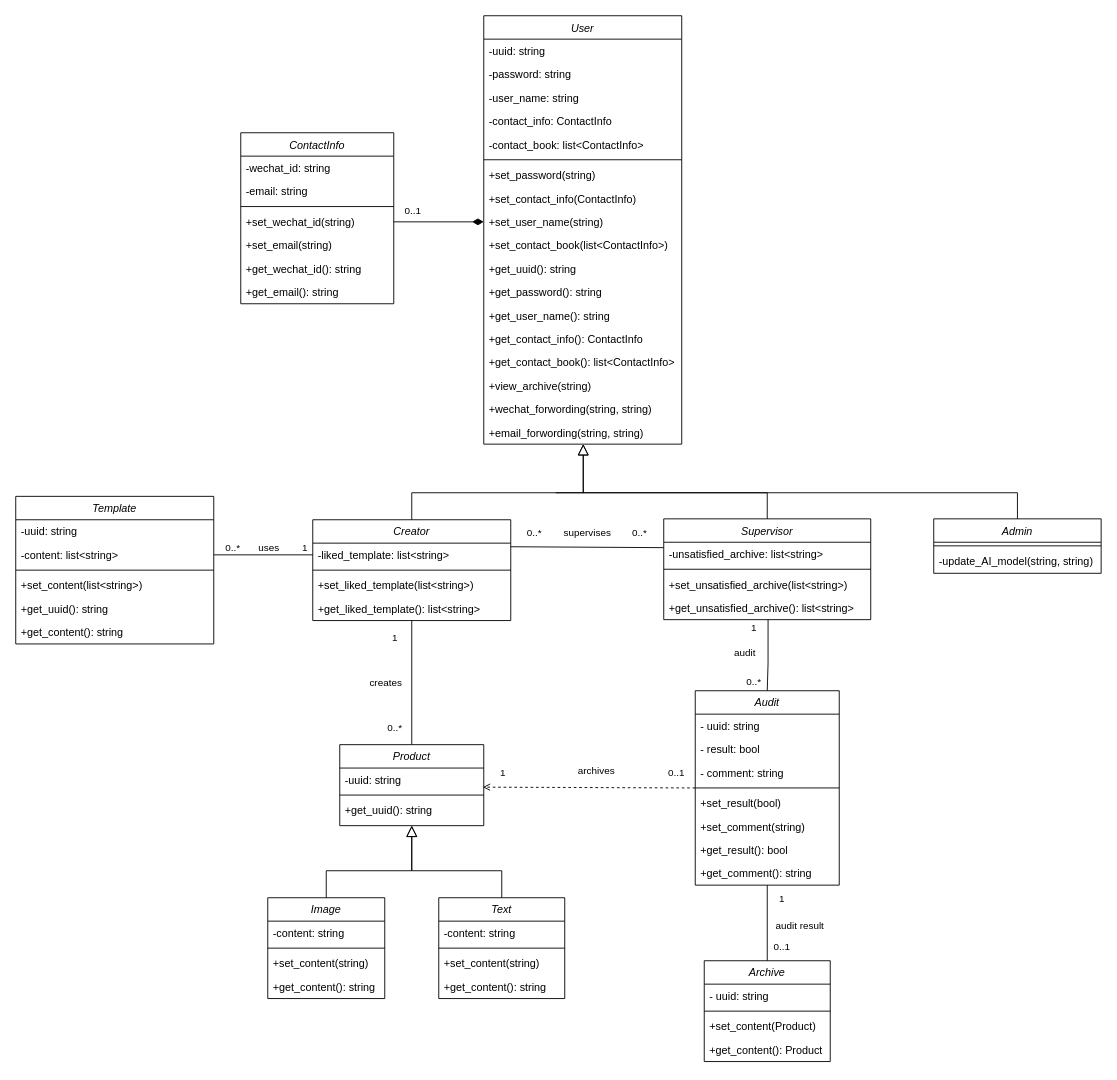
Before: Documentation/Class diagram/class diagram 20231004.drawio in Darrenchenn/Model-based-software-design, a draw.io diagram. Source tidied: cells renumbered, new cells numbered last; positions are measured from the earlier drawing's top-left corner, leaving out a move shared by most shapes. Both pictures are drawn from the tidied source at 90%, with x=0, y=0 at pixel (15, 15).
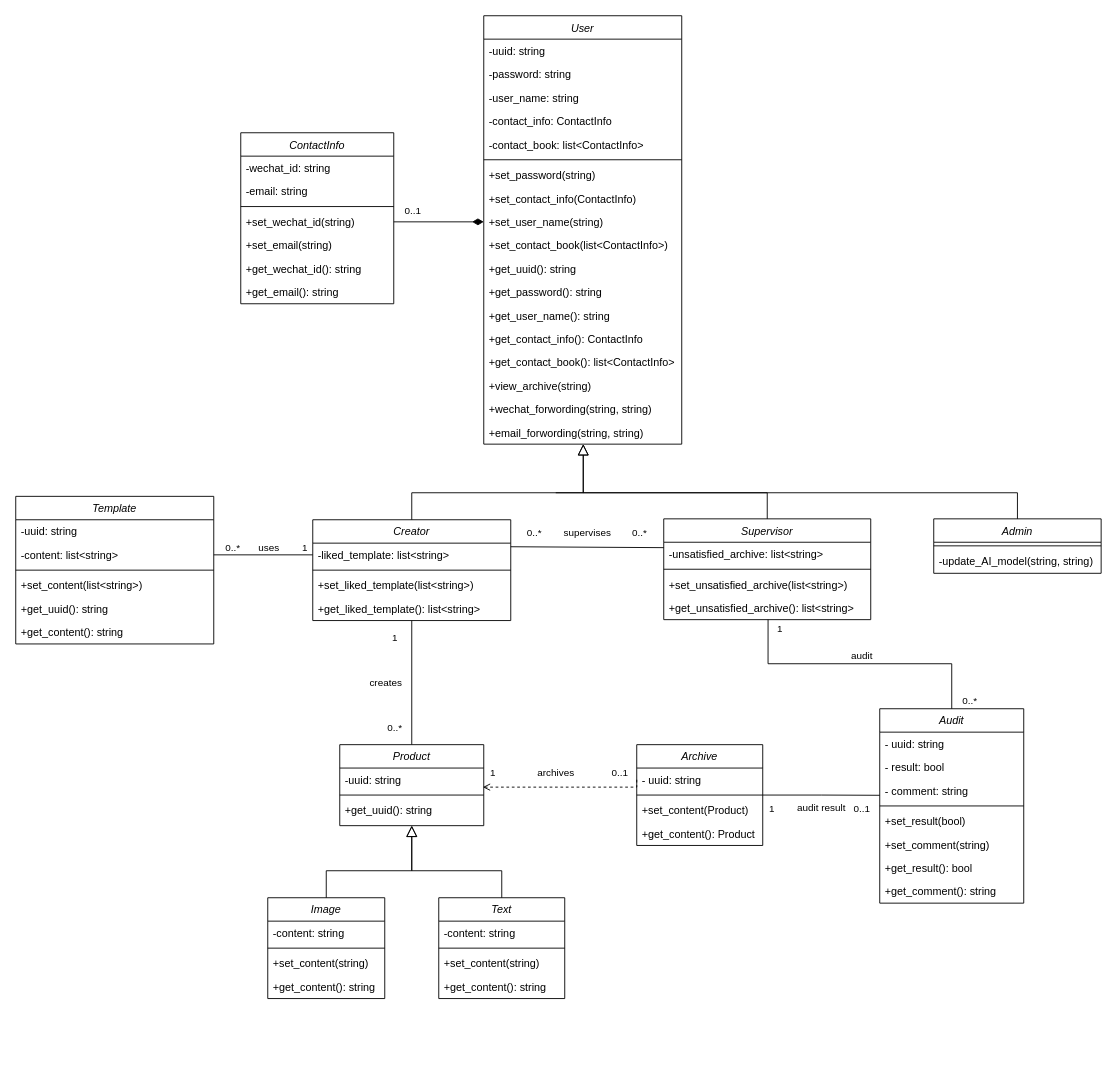
After the change.

Commit message (it also covers changes not shown here):
update class diagram

The change refers to these unchanged cells:
```xml
<mxCell id="25" value="+get_unsatisfied_archive(): list&lt;string&gt;" style="text;align=left;verticalAlign=top;spacingLeft=4;spacingRight=4;overflow=hidden;points=[[0,0.5],[1,0.5]];portConstraint=eastwest;" parent="21" vertex="1">
  <mxGeometry y="86" width="230" height="26" as="geometry" />
</mxCell>
<mxCell id="69" value="- uuid: string" style="text;align=left;verticalAlign=top;spacingLeft=4;spacingRight=4;overflow=hidden;points=[[0,0.5],[1,0.5]];portConstraint=eastwest;" parent="68" vertex="1">
  <mxGeometry y="26" width="140" height="26" as="geometry" />
</mxCell>
<mxCell id="85" value="- comment: string" style="text;align=left;verticalAlign=top;spacingLeft=4;spacingRight=4;overflow=hidden;points=[[0,0.5],[1,0.5]];portConstraint=eastwest;" parent="82" vertex="1">
  <mxGeometry y="78" width="160" height="26" as="geometry" />
</mxCell>
```

Diff of the diagram source:
```diff
@@
     <mxCell id="68" value="Archive" style="swimlane;fontStyle=2;align=center;verticalAlign=top;horizontal=1;startSize=26;rounded=0;shadow=0;strokeWidth=1;" parent="1" vertex="1">
-      <mxGeometry x="765" y="1050" width="140" height="112" as="geometry" />
+      <mxGeometry x="690" y="809.9" width="140" height="112" as="geometry" />
     </mxCell>
@@
-    <mxCell id="73" style="edgeStyle=orthogonalEdgeStyle;rounded=0;jettySize=auto;html=1;dashed=1;endArrow=open;endFill=0;exitX=0;exitY=0.5;exitDx=0;exitDy=0;" parent="1" edge="1" source="82">
+    <mxCell id="73" style="edgeStyle=orthogonalEdgeStyle;rounded=0;jettySize=auto;html=1;dashed=1;endArrow=open;endFill=0;exitX=0;exitY=0.5;exitDx=0;exitDy=0;" parent="1" edge="1" source="69">
       <mxGeometry relative="1" as="geometry">
         <mxPoint x="519" y="857.1" as="targetPoint" />
         <Array as="points">
-          <mxPoint x="750" y="858" />
+          <mxPoint x="690" y="857" />
         </Array>
       </mxGeometry>
     </mxCell>
     <mxCell id="74" value="archives" style="edgeLabel;html=1;align=center;verticalAlign=middle;" parent="73" vertex="1">
       <mxGeometry x="0.2" y="-1" relative="1" as="geometry">
-        <mxPoint x="31" y="-18" as="offset" />
+        <mxPoint x="9" y="-16" as="offset" />
       </mxGeometry>
     </mxCell>
     <mxCell id="75" value="0..1" style="edgeLabel;html=1;align=center;verticalAlign=middle;" parent="73" vertex="1">
       <mxGeometry x="-0.05" y="-1" relative="1" as="geometry">
-        <mxPoint x="90" y="-16" as="offset" />
+        <mxPoint x="57" y="-16" as="offset" />
       </mxGeometry>
     </mxCell>
     <mxCell id="76" value="1" style="edgeLabel;html=1;align=center;verticalAlign=middle;" parent="73" vertex="1">
       <mxGeometry x="-0.21" y="-2" relative="1" as="geometry">
-        <mxPoint x="-122" y="-15" as="offset" />
+        <mxPoint x="-98" y="-15" as="offset" />
       </mxGeometry>
     </mxCell>
-    <mxCell id="77" style="edgeStyle=orthogonalEdgeStyle;rounded=0;jettySize=auto;html=1;entryX=0.5;entryY=0;entryDx=0;entryDy=0;endArrow=none;endFill=0;" parent="1" edge="1" source="82" target="68">
-      <mxGeometry relative="1" as="geometry" />
-    </mxCell>
-    <mxCell id="78" value="&amp;nbsp;" style="edgeLabel;html=1;align=center;verticalAlign=middle;" parent="77" vertex="1">
-      <mxGeometry x="0.27" relative="1" as="geometry">
-        <mxPoint x="35" y="-7" as="offset" />
-      </mxGeometry>
-    </mxCell>
-    <mxCell id="79" value="audit result" style="edgeLabel;html=1;align=center;verticalAlign=middle;" parent="77" vertex="1">
-      <mxGeometry x="0.11" y="1" relative="1" as="geometry">
-        <mxPoint x="34" y="-3" as="offset" />
-      </mxGeometry>
-    </mxCell>
-    <mxCell id="80" value="1" style="edgeLabel;html=1;align=center;verticalAlign=middle;" parent="77" vertex="1">
-      <mxGeometry x="-0.57" relative="1" as="geometry">
-        <mxPoint x="15" y="-4" as="offset" />
-      </mxGeometry>
-    </mxCell>
-    <mxCell id="81" value="0..1" style="edgeLabel;html=1;align=center;verticalAlign=middle;" parent="77" vertex="1">
-      <mxGeometry x="-0.39" y="-1" relative="1" as="geometry">
-        <mxPoint x="16" y="42" as="offset" />
-      </mxGeometry>
-    </mxCell>
     <mxCell id="82" value="Audit" style="swimlane;fontStyle=2;align=center;verticalAlign=top;horizontal=1;startSize=26;rounded=0;shadow=0;strokeWidth=1;" parent="1" vertex="1">
-      <mxGeometry x="755" y="750" width="160" height="216" as="geometry" />
+      <mxGeometry x="960" y="770" width="160" height="216" as="geometry" />
     </mxCell>
@@
     <mxCell id="91" style="edgeStyle=orthogonalEdgeStyle;rounded=0;jettySize=auto;html=1;endArrow=none;endFill=0;exitX=0.504;exitY=1;exitDx=0;exitDy=0;exitPerimeter=0;entryX=0.5;entryY=0;entryDx=0;entryDy=0;" parent="1" edge="1" source="25" target="82">
       <mxGeometry relative="1" as="geometry">
         <Array as="points">
           <mxPoint x="836" y="720" />
-          <mxPoint x="835" y="720" />
+          <mxPoint x="1040" y="720" />
         </Array>
       </mxGeometry>
     </mxCell>
     <mxCell id="92" value="audit" style="edgeLabel;html=1;align=center;verticalAlign=middle;" parent="91" vertex="1">
       <mxGeometry x="0.09" relative="1" as="geometry">
-        <mxPoint x="-26" y="-6" as="offset" />
+        <mxPoint x="-12" y="-10" as="offset" />
       </mxGeometry>
     </mxCell>
     <mxCell id="93" value="0..*" style="edgeLabel;html=1;align=center;verticalAlign=middle;" parent="91" vertex="1">
       <mxGeometry x="0.63" y="-3" relative="1" as="geometry">
-        <mxPoint x="-13" y="5" as="offset" />
+        <mxPoint x="26" y="37" as="offset" />
       </mxGeometry>
     </mxCell>
     <mxCell id="94" value="1" style="edgeLabel;html=1;align=center;verticalAlign=middle;" parent="91" vertex="1">
       <mxGeometry x="0.23" relative="1" as="geometry">
-        <mxPoint x="-16" y="-40" as="offset" />
+        <mxPoint x="-124" y="-40" as="offset" />
       </mxGeometry>
     </mxCell>
@@
+    <mxCell id="109" style="edgeStyle=orthogonalEdgeStyle;rounded=0;jettySize=auto;html=1;entryX=0;entryY=0.698;entryDx=0;entryDy=0;entryPerimeter=0;endArrow=none;endFill=0;" parent="1" edge="1" source="68" target="85">
+      <mxGeometry relative="1" as="geometry" />
+    </mxCell>
+    <mxCell id="79" value="audit result" style="edgeLabel;html=1;align=center;verticalAlign=middle;" parent="109" vertex="1">
+      <mxGeometry x="-0.02" y="2" relative="1" as="geometry">
+        <mxPoint y="16" as="offset" />
+      </mxGeometry>
+    </mxCell>
+    <mxCell id="81" value="0..1" style="edgeLabel;html=1;align=center;verticalAlign=middle;" parent="109" vertex="1">
+      <mxGeometry x="0.02" relative="1" as="geometry">
+        <mxPoint x="44" y="14" as="offset" />
+      </mxGeometry>
+    </mxCell>
+    <mxCell id="80" value="1" style="edgeLabel;html=1;align=center;verticalAlign=middle;" parent="109" vertex="1">
+      <mxGeometry x="0.06" y="-1" relative="1" as="geometry">
+        <mxPoint x="-59" y="13" as="offset" />
+      </mxGeometry>
+    </mxCell>
```
